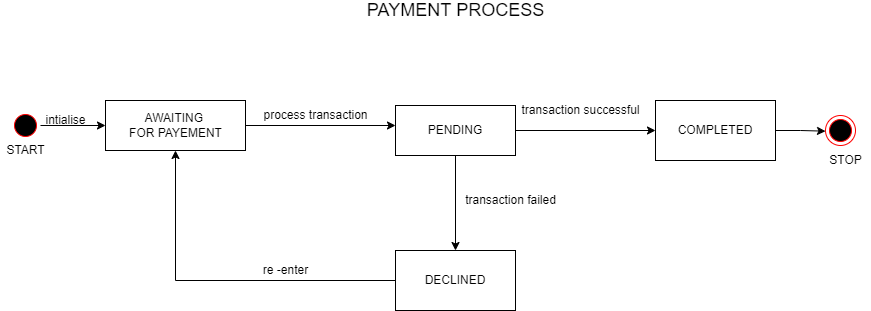
Earlier version of the draw.io export DAY-10/QUESTION-2/STATE DIAGRAM.drawio.png (sneha-2000/ust-prograd-training). Source tidied: cells renumbered, new cells last; positions are measured from the earlier drawing's top-left corner, leaving out a move shared by most shapes.
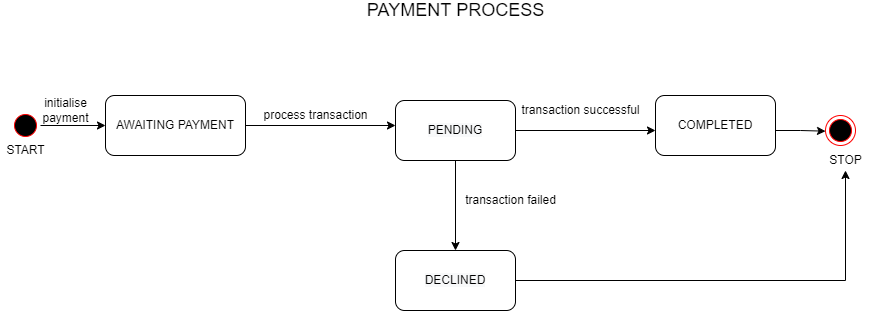
The same diagram one commit later.

The edit, as a diff of the source:
```diff
@@ -2,55 +2,56 @@
   <root>
     <mxCell id="0" />
     <mxCell id="1" parent="0" />
-    <mxCell id="2" style="edgeStyle=orthogonalEdgeStyle;rounded=0;jettySize=auto;html=1;exitX=1;exitY=0.5;exitDx=0;exitDy=0;entryX=0;entryY=0.5;entryDx=0;entryDy=0;" parent="1" edge="1" source="3" target="5">
-      <mxGeometry relative="1" as="geometry" />
+    <mxCell id="2" style="edgeStyle=orthogonalEdgeStyle;rounded=0;jettySize=auto;html=1;exitX=1;exitY=0.5;exitDx=0;exitDy=0;entryX=0;entryY=0.5;entryDx=0;entryDy=0;" parent="1" edge="1" source="3">
+      <mxGeometry relative="1" as="geometry">
+        <mxPoint x="105" y="125" as="targetPoint" />
+      </mxGeometry>
     </mxCell>
     <mxCell id="3" style="ellipse;html=1;shape=startState;fillColor=#000000;strokeColor=#ff0000;" parent="1" vertex="1">
       <mxGeometry x="10" y="110" width="30" height="30" as="geometry" />
     </mxCell>
-    <mxCell id="4" style="edgeStyle=orthogonalEdgeStyle;rounded=0;jettySize=auto;html=1;exitX=1;exitY=0.5;exitDx=0;exitDy=0;" parent="1" edge="1" source="5">
+    <mxCell id="4" style="edgeStyle=orthogonalEdgeStyle;rounded=0;orthogonalLoop=1;jettySize=auto;html=1;exitX=1;exitY=0.5;exitDx=0;exitDy=0;" parent="1" edge="1">
       <mxGeometry relative="1" as="geometry">
+        <mxPoint x="245" y="125" as="sourcePoint" />
         <mxPoint x="395" y="125" as="targetPoint" />
       </mxGeometry>
     </mxCell>
-    <mxCell id="5" value="AWAITING &lt;br&gt;FOR PAYEMENT&lt;br&gt;" style="html=1;" parent="1" vertex="1">
-      <mxGeometry x="105" y="100" width="140" height="50" as="geometry" />
-    </mxCell>
     <mxCell id="6" value="process transaction" style="text;html=1;align=center;verticalAlign=middle;strokeColor=none;fillColor=none;" parent="1" vertex="1">
       <mxGeometry x="255" y="105" width="120" height="20" as="geometry" />
     </mxCell>
-    <mxCell id="7" style="edgeStyle=orthogonalEdgeStyle;rounded=0;jettySize=auto;html=1;exitX=1;exitY=0.5;exitDx=0;exitDy=0;entryX=0;entryY=0.5;entryDx=0;entryDy=0;" parent="1" edge="1" source="9" target="11">
-      <mxGeometry relative="1" as="geometry" />
+    <mxCell id="7" style="edgeStyle=orthogonalEdgeStyle;rounded=0;orthogonalLoop=1;jettySize=auto;html=1;exitX=1;exitY=0.5;exitDx=0;exitDy=0;entryX=0;entryY=0.5;entryDx=0;entryDy=0;" parent="1" edge="1">
+      <mxGeometry relative="1" as="geometry">
+        <mxPoint x="515" y="130" as="sourcePoint" />
+        <mxPoint x="655" y="130" as="targetPoint" />
+      </mxGeometry>
     </mxCell>
-    <mxCell id="8" style="edgeStyle=orthogonalEdgeStyle;rounded=0;jettySize=auto;html=1;" parent="1" edge="1" source="9" target="14">
-      <mxGeometry relative="1" as="geometry" />
+    <mxCell id="8" style="edgeStyle=orthogonalEdgeStyle;rounded=0;orthogonalLoop=1;jettySize=auto;html=1;" parent="1" edge="1">
+      <mxGeometry relative="1" as="geometry">
+        <mxPoint x="455" y="155" as="sourcePoint" />
+        <mxPoint x="455" y="250" as="targetPoint" />
+      </mxGeometry>
     </mxCell>
-    <mxCell id="9" value="PENDING" style="rounded=0;whiteSpace=wrap;html=1;" parent="1" vertex="1">
-      <mxGeometry x="395" y="105" width="120" height="50" as="geometry" />
-    </mxCell>
-    <mxCell id="10" style="edgeStyle=orthogonalEdgeStyle;rounded=0;jettySize=auto;html=1;exitX=1;exitY=0.5;exitDx=0;exitDy=0;" parent="1" edge="1" source="11">
+    <mxCell id="10" style="edgeStyle=orthogonalEdgeStyle;rounded=0;orthogonalLoop=1;jettySize=auto;html=1;exitX=1;exitY=0.5;exitDx=0;exitDy=0;" parent="1" edge="1">
       <mxGeometry relative="1" as="geometry">
+        <mxPoint x="775" y="130" as="sourcePoint" />
         <mxPoint x="825" y="130.7" as="targetPoint" />
+        <Array as="points">
+          <mxPoint x="800" y="130" />
+          <mxPoint x="800" y="131" />
+        </Array>
       </mxGeometry>
     </mxCell>
-    <mxCell id="11" value="COMPLETED" style="rounded=0;whiteSpace=wrap;html=1;" parent="1" vertex="1">
-      <mxGeometry x="655" y="100" width="120" height="60" as="geometry" />
-    </mxCell>
     <mxCell id="12" value="transaction successful" style="text;html=1;align=center;verticalAlign=middle;strokeColor=none;fillColor=none;" parent="1" vertex="1">
       <mxGeometry x="515" y="100" width="130" height="20" as="geometry" />
     </mxCell>
-    <mxCell id="13" style="edgeStyle=orthogonalEdgeStyle;rounded=0;jettySize=auto;html=1;exitX=0;exitY=0.5;exitDx=0;exitDy=0;" parent="1" edge="1" source="14" target="5">
-      <mxGeometry relative="1" as="geometry" />
-    </mxCell>
-    <mxCell id="14" value="DECLINED" style="rounded=0;whiteSpace=wrap;html=1;" parent="1" vertex="1">
-      <mxGeometry x="395" y="250" width="120" height="60" as="geometry" />
-    </mxCell>
+    <mxCell id="22" style="edgeStyle=orthogonalEdgeStyle;rounded=0;jettySize=auto;html=1;" parent="1" edge="1" target="18">
+      <mxGeometry relative="1" as="geometry">
+        <mxPoint x="515" y="280" as="sourcePoint" />
+      </mxGeometry>
+    </mxCell>
     <mxCell id="15" value="transaction failed" style="text;html=1;align=center;verticalAlign=middle;strokeColor=none;fillColor=none;" parent="1" vertex="1">
       <mxGeometry x="455" y="190" width="110" height="20" as="geometry" />
     </mxCell>
-    <mxCell id="16" value="re -enter" style="text;html=1;align=center;verticalAlign=middle;strokeColor=none;fillColor=none;" parent="1" vertex="1">
-      <mxGeometry x="255" y="260" width="60" height="20" as="geometry" />
-    </mxCell>
     <mxCell id="17" style="ellipse;html=1;shape=endState;fillColor=#000000;strokeColor=#ff0000;" parent="1" vertex="1">
       <mxGeometry x="825" y="115" width="30" height="30" as="geometry" />
     </mxCell>
@@ -63,8 +64,20 @@
     <mxCell id="20" value="&lt;font style=&quot;font-size: 18px&quot;&gt;PAYMENT PROCESS&lt;/font&gt;" style="text;html=1;align=center;verticalAlign=middle;strokeColor=none;fillColor=none;" parent="1" vertex="1">
       <mxGeometry x="360" width="190" height="20" as="geometry" />
     </mxCell>
-    <mxCell id="21" value="intialise" style="text;html=1;align=center;verticalAlign=middle;strokeColor=none;fillColor=none;" parent="1" vertex="1">
-      <mxGeometry x="35" y="110" width="60" height="20" as="geometry" />
+    <mxCell id="21" value="initialise&lt;br&gt;payment&lt;br&gt;" style="text;html=1;align=center;verticalAlign=middle;strokeColor=none;fillColor=none;" parent="1" vertex="1">
+      <mxGeometry x="35" y="95" width="60" height="30" as="geometry" />
     </mxCell>
+    <mxCell id="23" value="AWAITING PAYMENT" style="rounded=1;whiteSpace=wrap;html=1;" parent="1" vertex="1">
+      <mxGeometry x="105" y="95" width="140" height="60" as="geometry" />
+    </mxCell>
+    <mxCell id="14" value="&#10;&#10;&lt;span style=&quot;color: rgb(0, 0, 0); font-family: helvetica; font-size: 12px; font-style: normal; font-weight: 400; letter-spacing: normal; text-align: center; text-indent: 0px; text-transform: none; word-spacing: 0px; background-color: rgb(248, 249, 250); display: inline; float: none;&quot;&gt;DECLINED&lt;/span&gt;&#10;&#10;" style="rounded=1;whiteSpace=wrap;html=1;" parent="1" vertex="1">
+      <mxGeometry x="395" y="250" width="120" height="60" as="geometry" />
+    </mxCell>
+    <mxCell id="9" value="&#10;&#10;&lt;span style=&quot;color: rgb(0, 0, 0); font-family: helvetica; font-size: 12px; font-style: normal; font-weight: 400; letter-spacing: normal; text-align: center; text-indent: 0px; text-transform: none; word-spacing: 0px; background-color: rgb(248, 249, 250); display: inline; float: none;&quot;&gt;PENDING&lt;/span&gt;&#10;&#10;" style="rounded=1;whiteSpace=wrap;html=1;" parent="1" vertex="1">
+      <mxGeometry x="395" y="100" width="120" height="60" as="geometry" />
+    </mxCell>
+    <mxCell id="11" value="&lt;span&gt;COMPLETED&lt;/span&gt;" style="rounded=1;whiteSpace=wrap;html=1;" parent="1" vertex="1">
+      <mxGeometry x="655" y="95" width="120" height="60" as="geometry" />
+    </mxCell>
   </root>
 </mxGraphModel>
```
